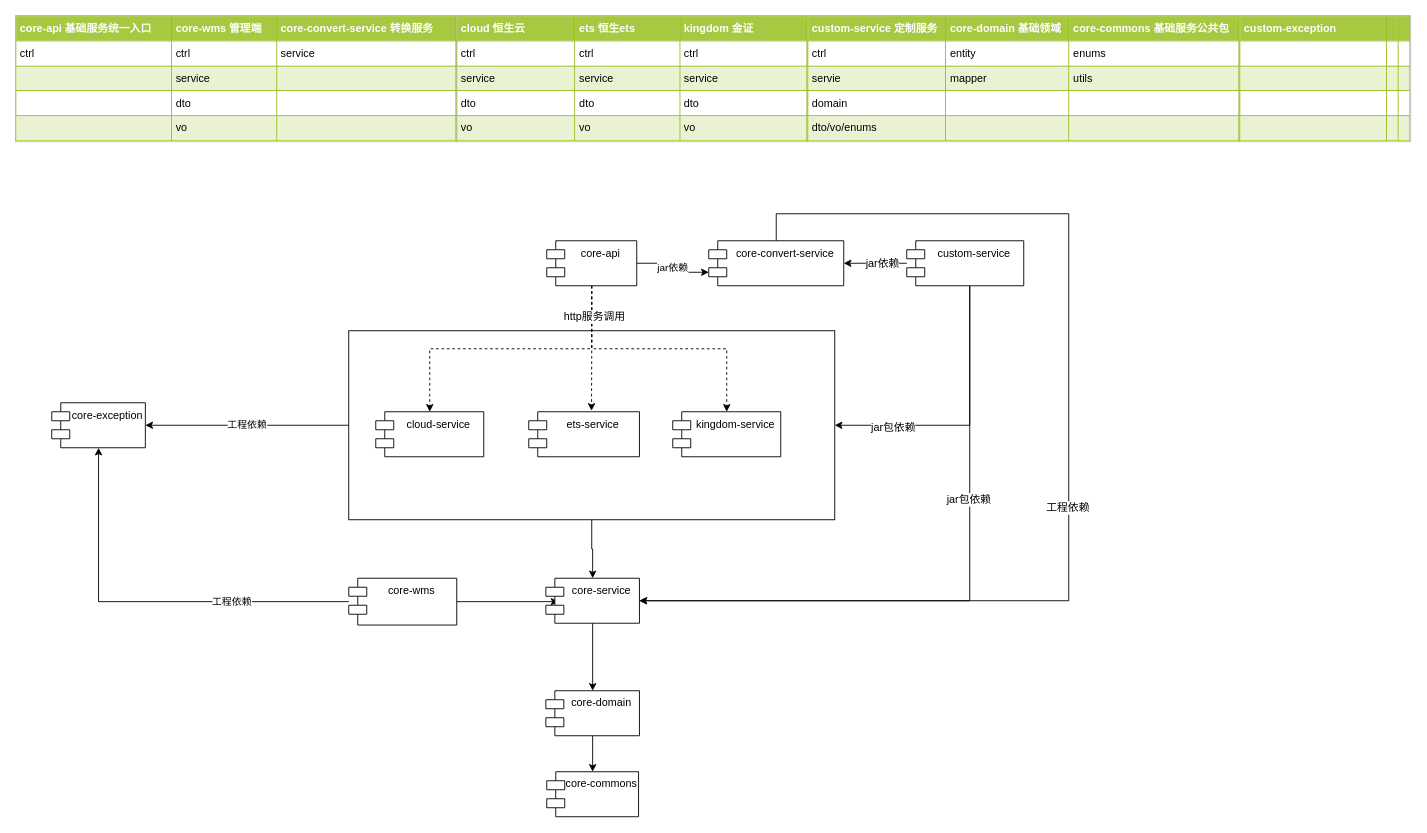
ammengke/my-drawio keeps this draw.io diagram as 基金3.0包图.drawio. Above is the earlier version. Source tidied: cells renumbered, new cells numbered last; positions are measured from the earlier drawing's top-left corner, leaving out a move shared by most shapes. Both pictures are drawn from the tidied source at 90%, with x=0, y=0 at pixel (15, 15).
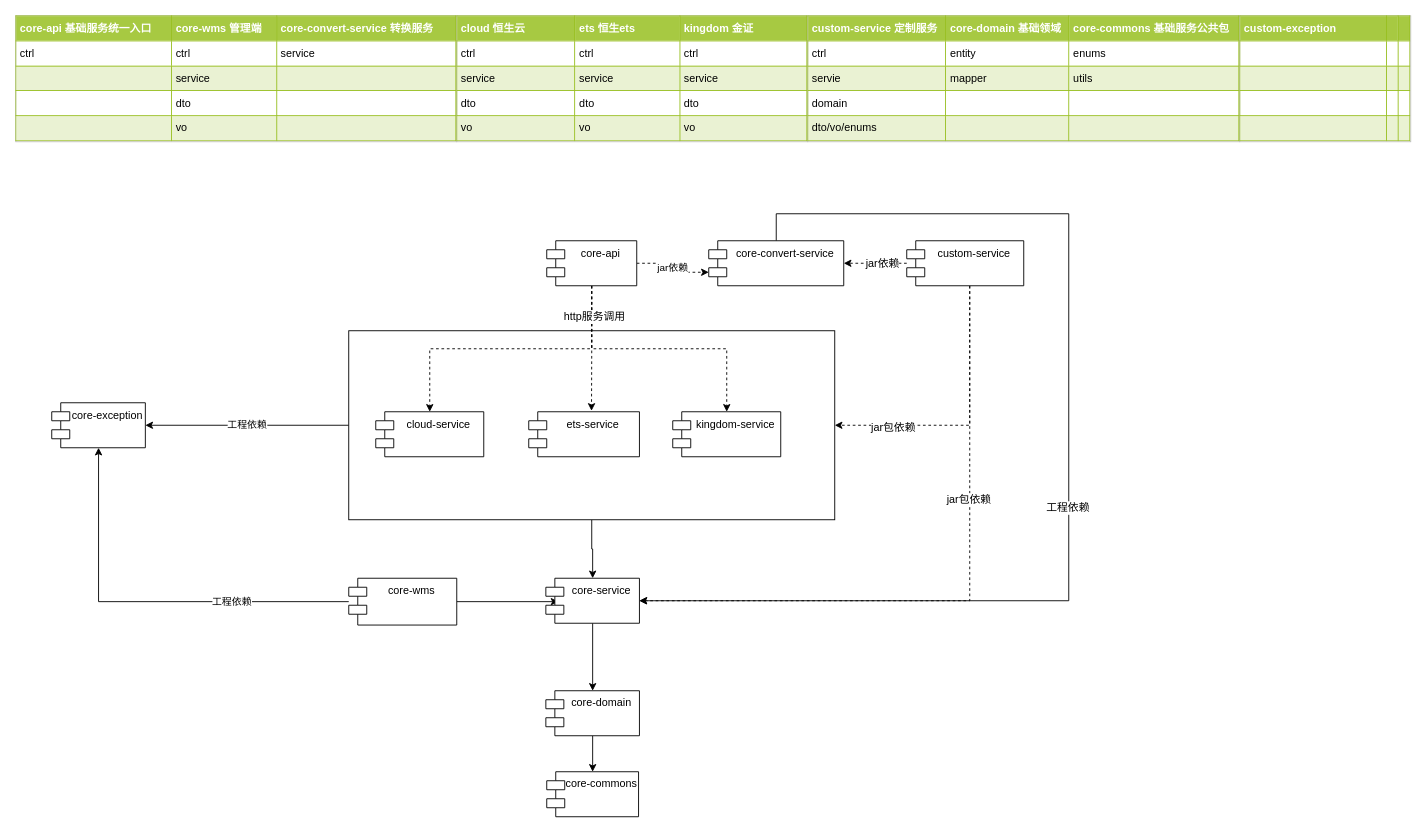
The same diagram, later.

Unchanged cells that the change refers to:
```xml
<mxCell id="4" style="rounded=0;whiteSpace=wrap;html=1;" parent="1" vertex="1">
  <mxGeometry x="370" y="350" width="540" height="210" as="geometry" />
</mxCell>
<mxCell id="10" value="core-api" style="shape=module;align=left;spacingLeft=20;align=center;verticalAlign=top;" parent="1" vertex="1">
  <mxGeometry x="590" y="250" width="100" height="50" as="geometry" />
</mxCell>
<mxCell id="16" value="core-convert-service" style="shape=module;align=left;spacingLeft=20;align=center;verticalAlign=top;" parent="1" vertex="1">
  <mxGeometry x="770" y="250" width="150" height="50" as="geometry" />
</mxCell>
<mxCell id="23" value="custom-service" style="shape=module;align=left;spacingLeft=20;align=center;verticalAlign=top;" parent="1" vertex="1">
  <mxGeometry x="990" y="250" width="130" height="50" as="geometry" />
</mxCell>
<mxCell id="34" value="core-service" style="shape=module;align=left;spacingLeft=20;align=center;verticalAlign=top;" parent="1" vertex="1">
  <mxGeometry x="589" y="625" width="104" height="50" as="geometry" />
</mxCell>
```

Change to the diagram source:
```diff
@@
-    <mxCell id="9" value="jar依赖" style="edgeStyle=orthogonalEdgeStyle;rounded=0;jettySize=auto;html=1;entryX=0;entryY=0;entryDx=0;entryDy=35;entryPerimeter=0;" parent="1" edge="1" source="10" target="16">
+    <mxCell id="9" value="jar依赖" style="edgeStyle=orthogonalEdgeStyle;rounded=0;jettySize=auto;html=1;entryX=0;entryY=0;entryDx=0;entryDy=35;entryPerimeter=0;dashed=1;" parent="1" edge="1" source="10" target="16">
       <mxGeometry relative="1" as="geometry" />
     </mxCell>
@@
-    <mxCell id="17" style="edgeStyle=orthogonalEdgeStyle;rounded=0;jettySize=auto;html=1;" parent="1" edge="1" source="23" target="34">
+    <mxCell id="17" style="edgeStyle=orthogonalEdgeStyle;rounded=0;jettySize=auto;html=1;dashed=1;" parent="1" edge="1" source="23" target="34">
       <mxGeometry relative="1" as="geometry">
         <Array as="points">
           <mxPoint x="1060" y="650" />
         </Array>
       </mxGeometry>
     </mxCell>
@@
-    <mxCell id="19" style="edgeStyle=orthogonalEdgeStyle;rounded=0;jettySize=auto;html=1;entryX=1;entryY=0.5;entryDx=0;entryDy=0;" parent="1" edge="1" source="23" target="4">
+    <mxCell id="19" style="edgeStyle=orthogonalEdgeStyle;rounded=0;jettySize=auto;html=1;entryX=1;entryY=0.5;entryDx=0;entryDy=0;dashed=1;" parent="1" edge="1" source="23" target="4">
       <mxGeometry relative="1" as="geometry">
         <Array as="points">
           <mxPoint x="1060" y="455" />
         </Array>
       </mxGeometry>
     </mxCell>
@@
-    <mxCell id="21" style="edgeStyle=orthogonalEdgeStyle;rounded=0;jettySize=auto;html=1;" parent="1" edge="1" source="23" target="16">
+    <mxCell id="21" style="edgeStyle=orthogonalEdgeStyle;rounded=0;jettySize=auto;html=1;dashed=1;" parent="1" edge="1" source="23" target="16">
       <mxGeometry relative="1" as="geometry" />
     </mxCell>
```
